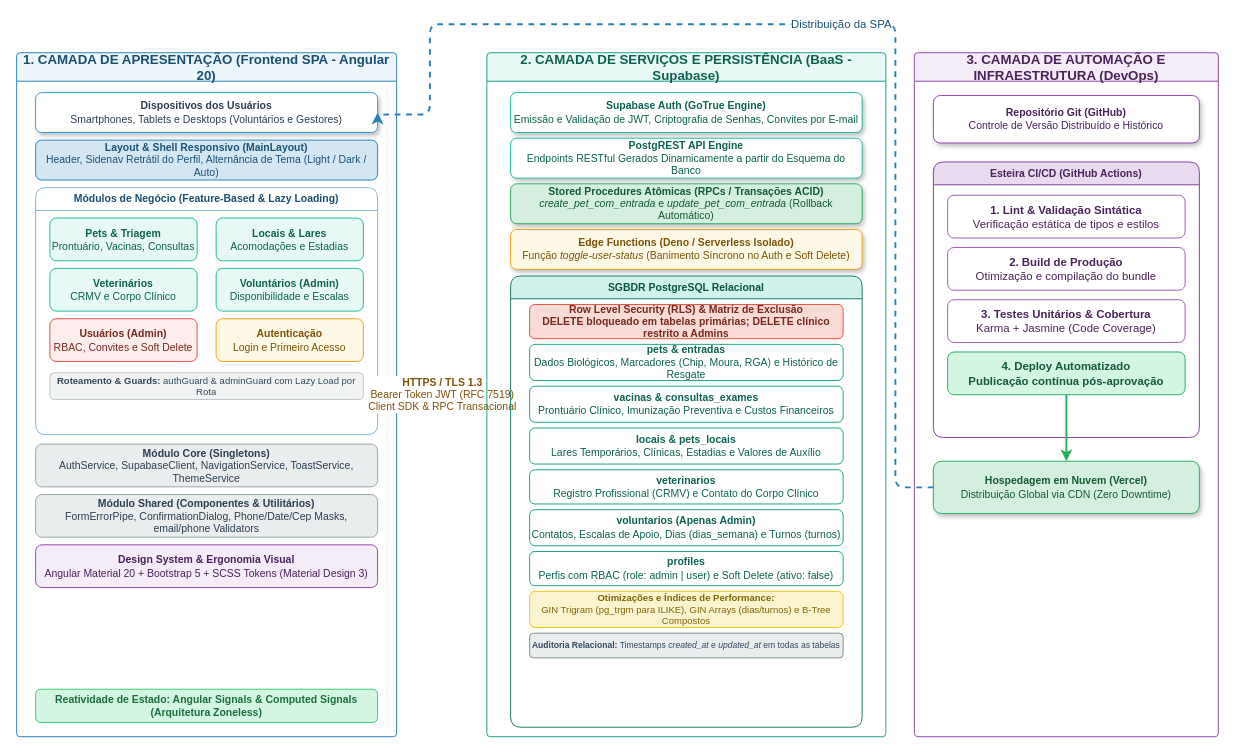
Above: docs/Arquitetura do sistema.drawio in brunnokerber/frontend-tcc (draw.io), before the change. Source tidied: cells renumbered, new cells numbered last; positions are measured from the earlier drawing's top-left corner, leaving out a move shared by most shapes. Both pictures are drawn from the tidied source at 95%, with x=0, y=0 at pixel (16, 24).
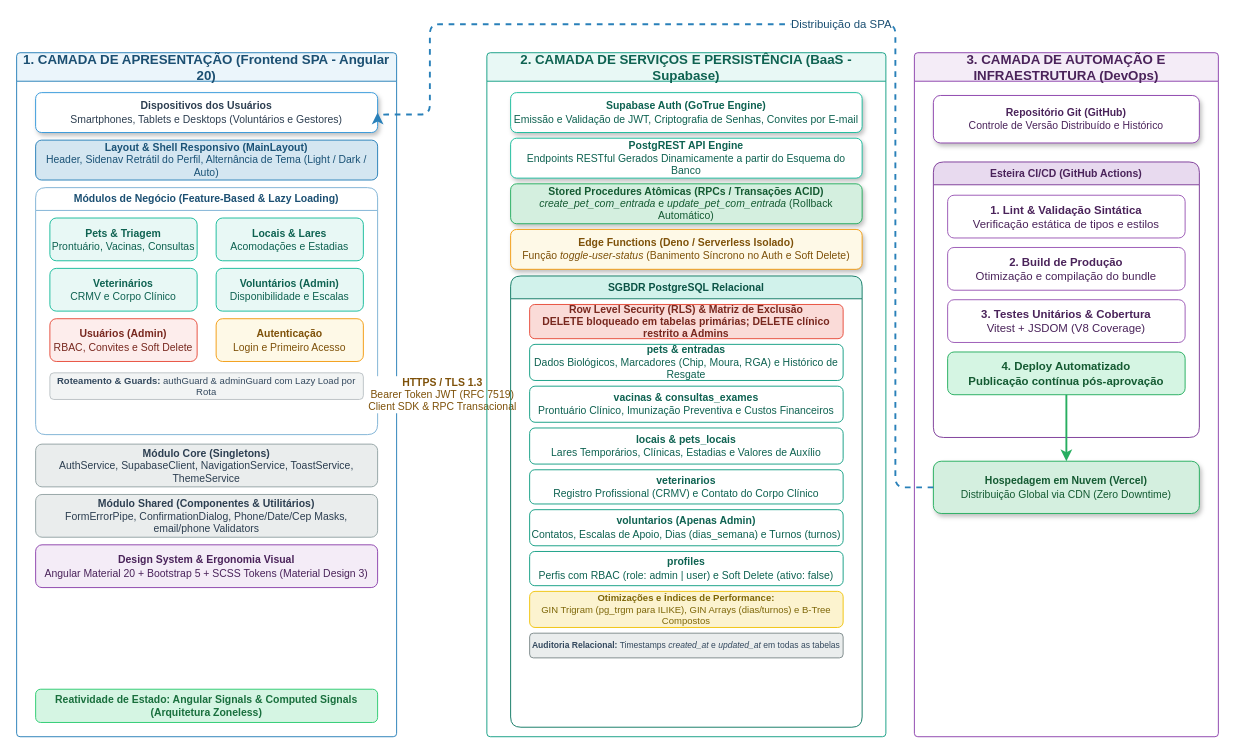
Above is the later version.

Unchanged cells that the change refers to:
```xml
<mxCell id="35" value="Esteira CI/CD (GitHub Actions)" style="swimlane;whiteSpace=wrap;html=1;fillColor=#E8DAEF;strokeColor=#7D3C98;fontSize=11;fontStyle=1;fontColor=#4A235A;startSize=24;rounded=1;" parent="33" vertex="1">
  <mxGeometry x="20" y="115" width="280" height="290" as="geometry" />
</mxCell>
```

Diff of the diagram source:
```diff
@@
-    <mxCell id="38" value="&lt;b&gt;3. Testes Unitários &amp;amp; Cobertura&lt;/b&gt;&lt;br&gt;Karma + Jasmine (Code Coverage)" style="rounded=1;whiteSpace=wrap;html=1;fillColor=#FFFFFF;strokeColor=#9B59B6;fontSize=12;fontColor=#4A235A;" parent="35" vertex="1">
+    <mxCell id="38" value="&lt;b&gt;3. Testes Unitários &amp;amp; Cobertura&lt;/b&gt;&lt;br&gt;Vitest + JSDOM (V8 Coverage)" style="rounded=1;whiteSpace=wrap;html=1;fillColor=#FFFFFF;strokeColor=#9B59B6;fontSize=12;fontColor=#4A235A;" parent="35" vertex="1">
       <mxGeometry x="15" y="145" width="250" height="45" as="geometry" />
     </mxCell>
```
